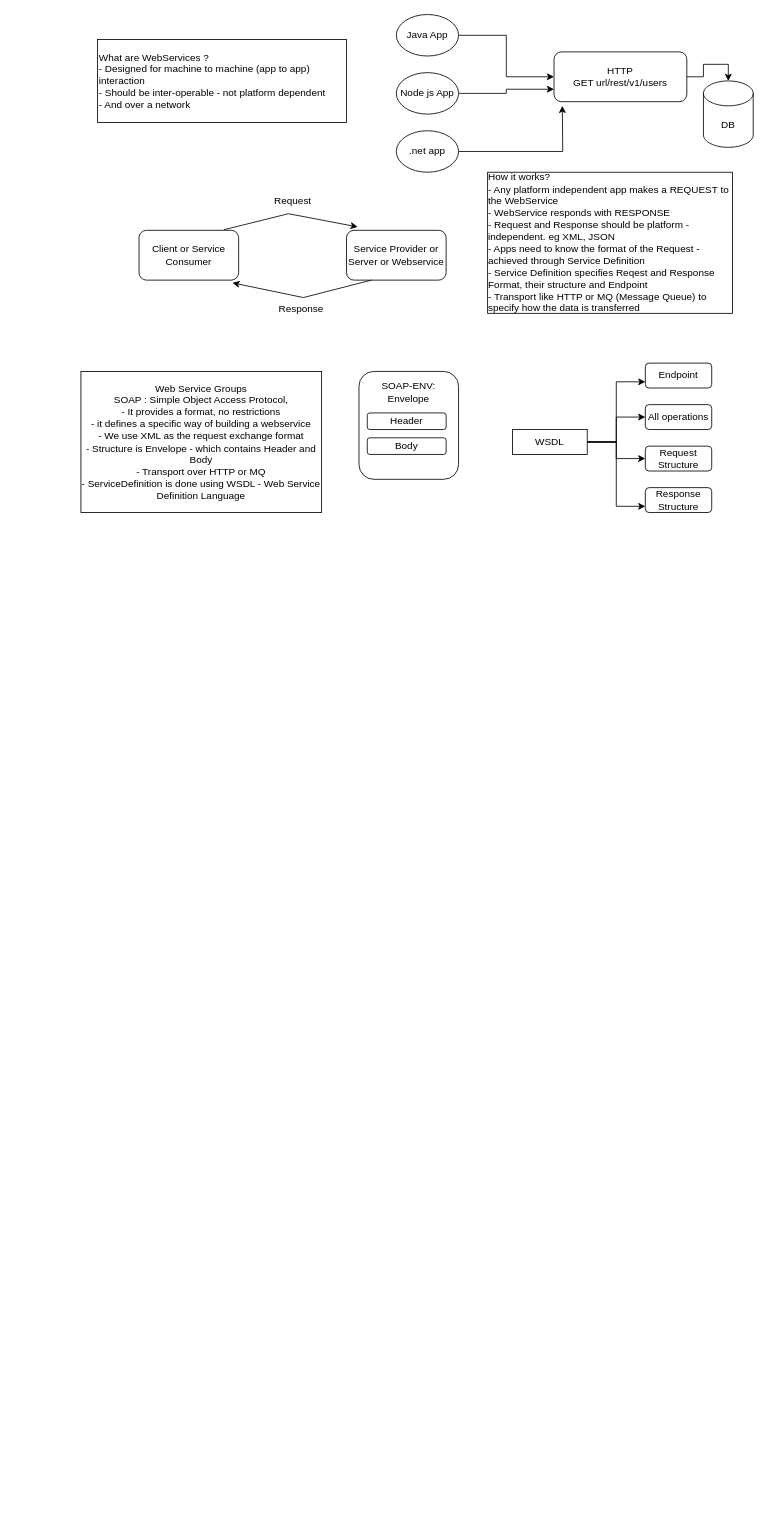
This is WebServicesNotes.drawio from sen-rohit90/SystemDesign, a draw.io file, before an edit. Source tidied: cells renumbered, new cells numbered last; positions are measured from the earlier drawing's top-left corner, leaving out a move shared by most shapes. Both pictures are drawn from the tidied source at 83%, with x=0, y=0 at pixel (81, 14).
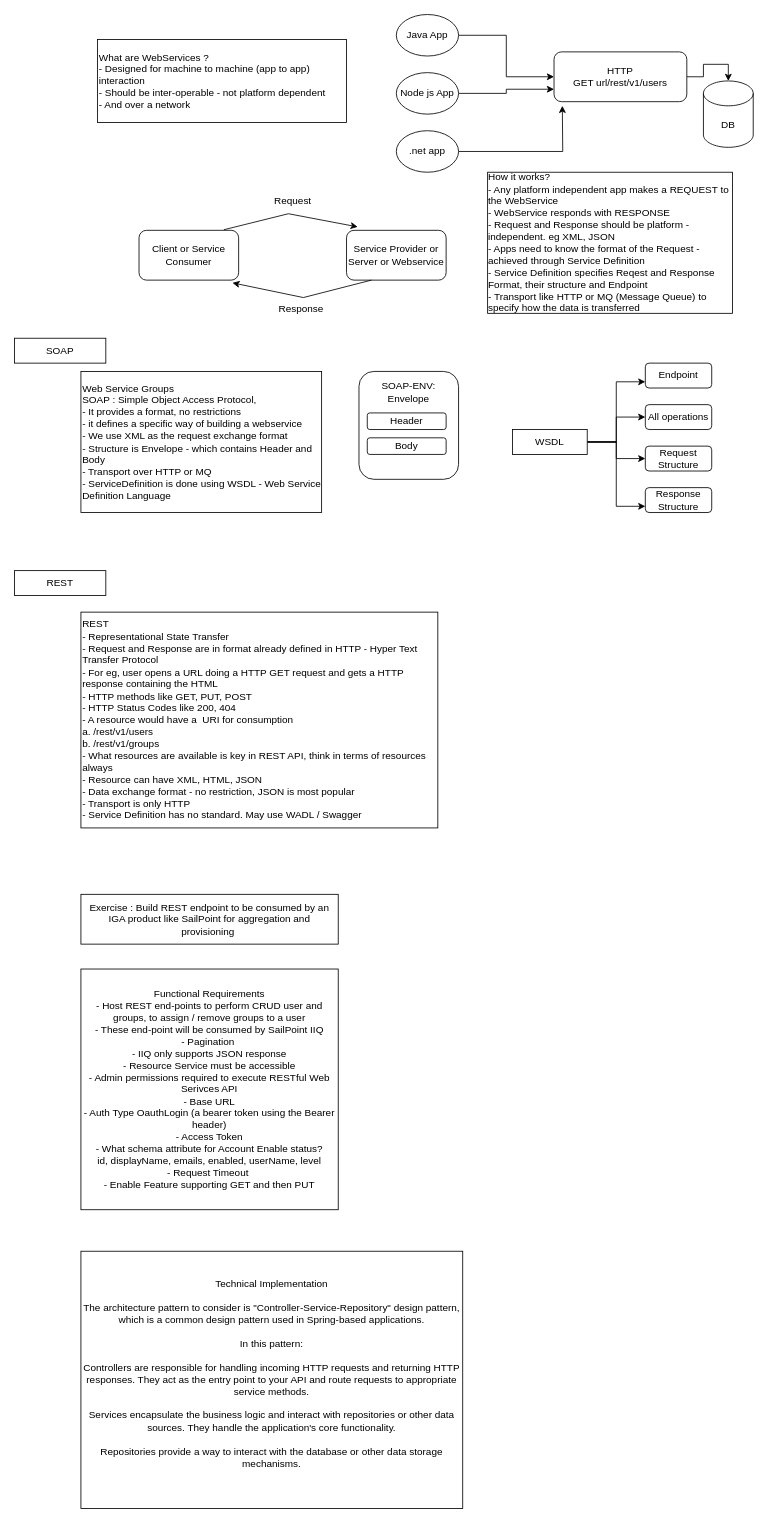
Above is the later version.

Diff of the diagram source:
```diff
@@
-    <mxCell id="19" value="Web Service Groups&lt;br&gt;SOAP : Simple Object Access Protocol, &lt;br&gt;- It provides a format, no restrictions&lt;br&gt;- it defines a specific way of building a webservice&lt;br&gt;- We use XML as the request exchange format&lt;br&gt;- Structure is Envelope - which contains Header and Body&lt;br&gt;- Transport over HTTP or MQ&lt;br&gt;- ServiceDefinition is done using WSDL - Web Service Definition Language" style="rounded=0;whiteSpace=wrap;html=1;" parent="1" vertex="1">
+    <mxCell id="19" value="Web Service Groups&lt;br&gt;SOAP : Simple Object Access Protocol, &lt;br&gt;- It provides a format, no restrictions&lt;br&gt;- it defines a specific way of building a webservice&lt;br&gt;- We use XML as the request exchange format&lt;br&gt;- Structure is Envelope - which contains Header and Body&lt;br&gt;- Transport over HTTP or MQ&lt;br&gt;- ServiceDefinition is done using WSDL - Web Service Definition Language" style="rounded=0;whiteSpace=wrap;html=1;align=left;" parent="1" vertex="1">
       <mxGeometry y="430" width="290" height="170" as="geometry" />
     </mxCell>
@@
+    <mxCell id="33" value="SOAP" style="rounded=0;whiteSpace=wrap;html=1;" parent="1" vertex="1">
+      <mxGeometry x="-80" y="390" width="110" height="30" as="geometry" />
+    </mxCell>
+    <mxCell id="34" value="REST" style="rounded=0;whiteSpace=wrap;html=1;" parent="1" vertex="1">
+      <mxGeometry x="-80" y="670" width="110" height="30" as="geometry" />
+    </mxCell>
+    <mxCell id="35" value="REST&lt;br&gt;- Representational State Transfer&lt;br&gt;- Request and Response are in format already defined in HTTP - Hyper Text Transfer Protocol&lt;br&gt;- For eg, user opens a URL doing a HTTP GET request and gets a HTTP response containing the HTML&lt;br&gt;- HTTP methods like GET, PUT, POST&lt;br&gt;- HTTP Status Codes like 200, 404&lt;br&gt;- A resource would have a&amp;nbsp; URI for consumption&lt;br&gt;a. /rest/v1/users&lt;br&gt;b. /rest/v1/groups&lt;br&gt;- What resources are available is key in REST API, think in terms of resources always&amp;nbsp;&lt;br&gt;- Resource can have XML, HTML, JSON&lt;br&gt;- Data exchange format - no restriction, JSON is most popular&lt;br&gt;- Transport is only HTTP&lt;br&gt;- Service Definition has no standard. May use WADL / Swagger" style="rounded=0;whiteSpace=wrap;html=1;align=left;" parent="1" vertex="1">
+      <mxGeometry y="720" width="430" height="260" as="geometry" />
+    </mxCell>
+    <mxCell id="36" value="Exercise : Build REST endpoint to be consumed by an IGA product like SailPoint for aggregation and provisioning&amp;nbsp;" style="rounded=0;whiteSpace=wrap;html=1;" parent="1" vertex="1">
+      <mxGeometry y="1060" width="310" height="60" as="geometry" />
+    </mxCell>
+    <mxCell id="37" value="Functional Requirements&lt;br&gt;- Host REST end-points to perform CRUD user and groups, to assign / remove groups to a user&lt;br&gt;- These end-point will be consumed by SailPoint IIQ&lt;br&gt;- Pagination&amp;nbsp;&lt;br&gt;- IIQ only supports JSON response&lt;br&gt;- Resource Service must be accessible&lt;br&gt;- Admin permissions required to execute RESTful Web Serivces API&lt;br&gt;- Base URL&lt;br&gt;- Auth Type OauthLogin (a bearer token using the Bearer header)&lt;br&gt;- Access Token&lt;br&gt;- What schema attribute for Account Enable status?&lt;br&gt;id, displayName, emails, enabled, userName, level&lt;br&gt;- Request Timeout&amp;nbsp;&lt;br&gt;- Enable Feature supporting GET and then PUT" style="rounded=0;whiteSpace=wrap;html=1;" parent="1" vertex="1">
+      <mxGeometry y="1150" width="310" height="290" as="geometry" />
+    </mxCell>
+    <mxCell id="38" value="&lt;div&gt;&lt;br&gt;&lt;/div&gt;&lt;div&gt;Technical Implementation&lt;/div&gt;&lt;div&gt;&lt;br&gt;&lt;/div&gt;&lt;div&gt;The architecture pattern to consider is &quot;Controller-Service-Repository&quot; design pattern, which is a common design pattern used in Spring-based applications.&lt;/div&gt;&lt;div&gt;&lt;br&gt;&lt;/div&gt;&lt;div&gt;In this pattern:&lt;/div&gt;&lt;div&gt;&lt;br&gt;&lt;/div&gt;&lt;div&gt;Controllers are responsible for handling incoming HTTP requests and returning HTTP responses. They act as the entry point to your API and route requests to appropriate service methods.&lt;/div&gt;&lt;div&gt;&lt;br&gt;&lt;/div&gt;&lt;div&gt;Services encapsulate the business logic and interact with repositories or other data sources. They handle the application's core functionality.&lt;/div&gt;&lt;div&gt;&lt;br&gt;&lt;/div&gt;&lt;div&gt;Repositories provide a way to interact with the database or other data storage mechanisms.&lt;/div&gt;&lt;div&gt;&lt;br&gt;&lt;/div&gt;&lt;div&gt;&lt;br&gt;&lt;/div&gt;" style="rounded=0;whiteSpace=wrap;html=1;" parent="1" vertex="1">
+      <mxGeometry y="1490" width="460" height="310" as="geometry" />
+    </mxCell>
```
